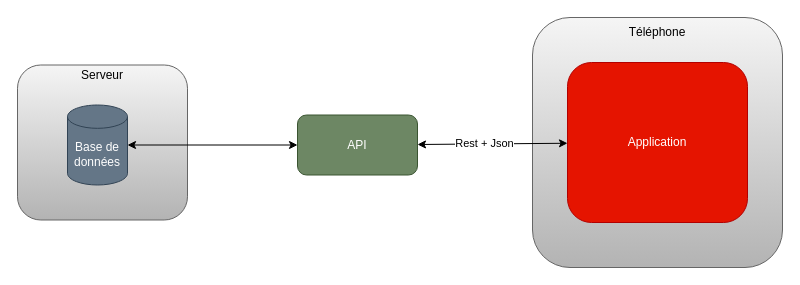
Above: Documents/Diagramme d'architecture.drawio in Erwan8989/Projet_Android (draw.io), before the change. Source tidied: cells renumbered, new cells numbered last; positions are measured from the earlier drawing's top-left corner, leaving out a move shared by most shapes. Both pictures are drawn from the tidied source at 100%, with x=0, y=0 at pixel (17, 17).
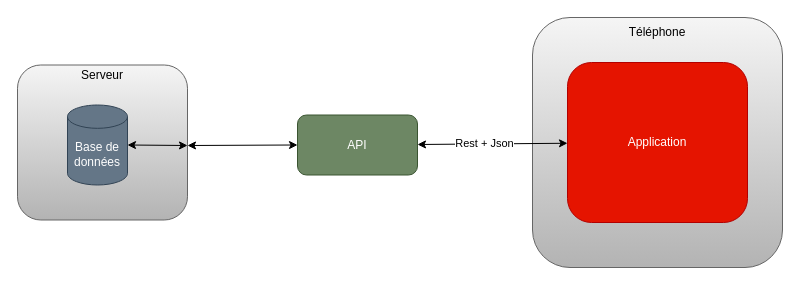
After the change.

The edit, as a diff of the source:
```diff
@@
 <mxGraphModel>
   <root>
     <mxCell id="0" />
     <mxCell id="1" parent="0" />
     <mxCell id="2" style="rounded=1;whiteSpace=wrap;html=1;fillColor=#f5f5f5;strokeColor=#666666;gradientColor=#b3b3b3;" parent="1" vertex="1">
       <mxGeometry x="515" width="250" height="250" as="geometry" />
     </mxCell>
     <mxCell id="3" value="Téléphone" style="text;html=1;strokeColor=none;fillColor=none;align=center;verticalAlign=middle;whiteSpace=wrap;rounded=0;" parent="1" vertex="1">
       <mxGeometry x="620" y="5" width="40" height="20" as="geometry" />
     </mxCell>
     <mxCell id="4" value="Application" style="rounded=1;whiteSpace=wrap;html=1;fillColor=#e51400;strokeColor=#B20000;fontColor=#ffffff;" parent="1" vertex="1">
       <mxGeometry x="550" y="45" width="180" height="160" as="geometry" />
     </mxCell>
     <mxCell id="5" value="API" style="rounded=1;whiteSpace=wrap;html=1;fillColor=#6d8764;strokeColor=#3A5431;fontColor=#ffffff;" parent="1" vertex="1">
       <mxGeometry x="280" y="97.5" width="120" height="60" as="geometry" />
     </mxCell>
     <mxCell id="6" style="rounded=1;whiteSpace=wrap;html=1;fillColor=#f5f5f5;strokeColor=#666666;gradientColor=#b3b3b3;" parent="1" vertex="1">
       <mxGeometry y="47.5" width="170" height="155" as="geometry" />
     </mxCell>
     <mxCell id="7" value="Serveur" style="text;html=1;strokeColor=none;fillColor=none;align=center;verticalAlign=middle;whiteSpace=wrap;rounded=0;" parent="1" vertex="1">
       <mxGeometry x="65" y="47.5" width="40" height="20" as="geometry" />
     </mxCell>
     <mxCell id="8" value="Base de données" style="shape=cylinder3;whiteSpace=wrap;html=1;boundedLbl=1;backgroundOutline=1;size=11.666666666666686;fillColor=#647687;strokeColor=#314354;fontColor=#ffffff;" parent="1" vertex="1">
       <mxGeometry x="50" y="87.5" width="60" height="80" as="geometry" />
     </mxCell>
-    <mxCell id="9" style="endArrow=classic;startArrow=classic;html=1;entryX=0;entryY=0.5;entryDx=0;entryDy=0;" parent="1" edge="1" source="8" target="5">
-      <mxGeometry relative="1" as="geometry" />
+    <mxCell id="9" style="endArrow=classic;startArrow=classic;html=1;entryX=0;entryY=0.5;entryDx=0;entryDy=0;" parent="1" edge="1" target="5">
+      <mxGeometry relative="1" as="geometry">
+        <mxPoint x="170" y="128" as="sourcePoint" />
+      </mxGeometry>
     </mxCell>
     <mxCell id="10" style="endArrow=classic;startArrow=classic;html=1;" parent="1" edge="1" source="5" target="4">
       <mxGeometry relative="1" as="geometry" />
     </mxCell>
     <mxCell id="11" value="Rest + Json" style="edgeLabel;html=1;align=center;verticalAlign=middle;" parent="10" vertex="1">
       <mxGeometry x="-0.11" y="1" relative="1" as="geometry" />
     </mxCell>
+    <mxCell id="12" style="endArrow=classic;startArrow=classic;html=1;exitX=1;exitY=0.5;exitDx=0;exitDy=0;exitPerimeter=0;" parent="1" edge="1" source="8">
+      <mxGeometry relative="1" as="geometry">
+        <mxPoint x="170" y="128" as="targetPoint" />
+      </mxGeometry>
+    </mxCell>
   </root>
 </mxGraphModel>
```
